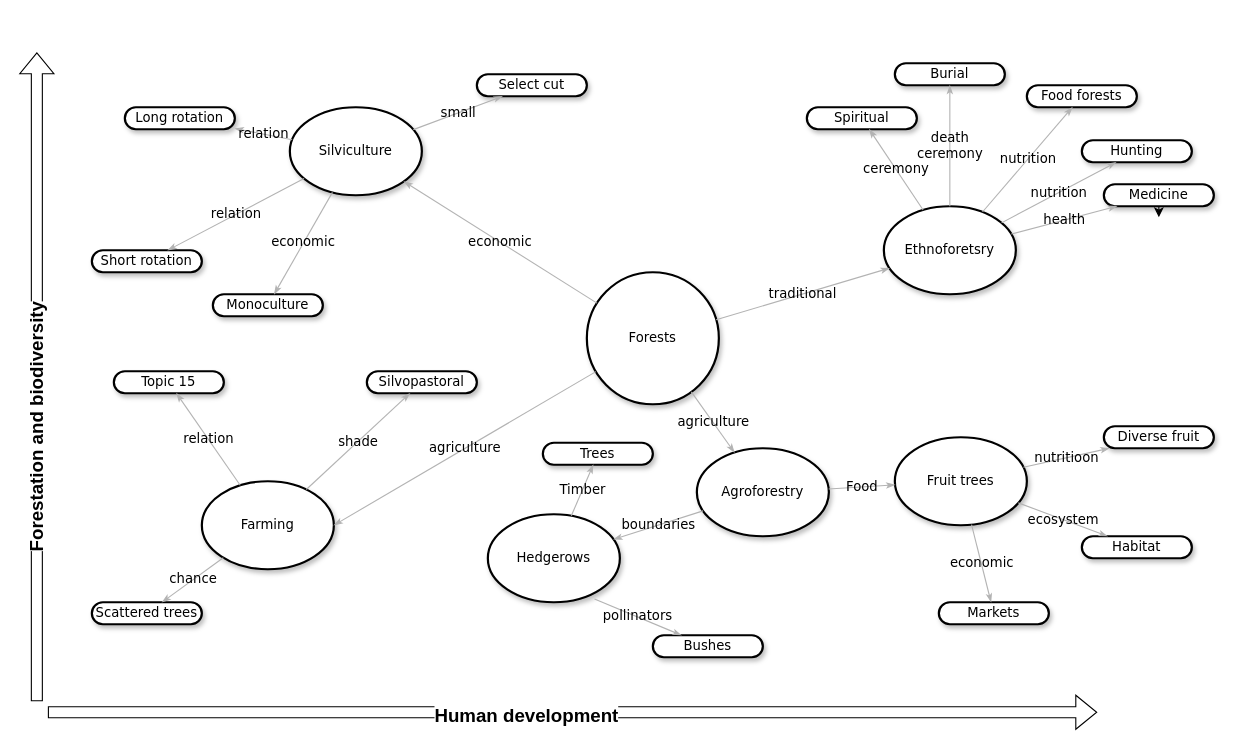
Earlier version of the draw.io diagram diagram_forestry.drawio (CWWhitney/ethnoforestry_agroforestry). Source tidied: cells renumbered, new cells numbered last; positions are measured from the earlier drawing's top-left corner, leaving out a move shared by most shapes. Both pictures are drawn from the tidied source at 110%, with x=0, y=0 at pixel (36, 52).
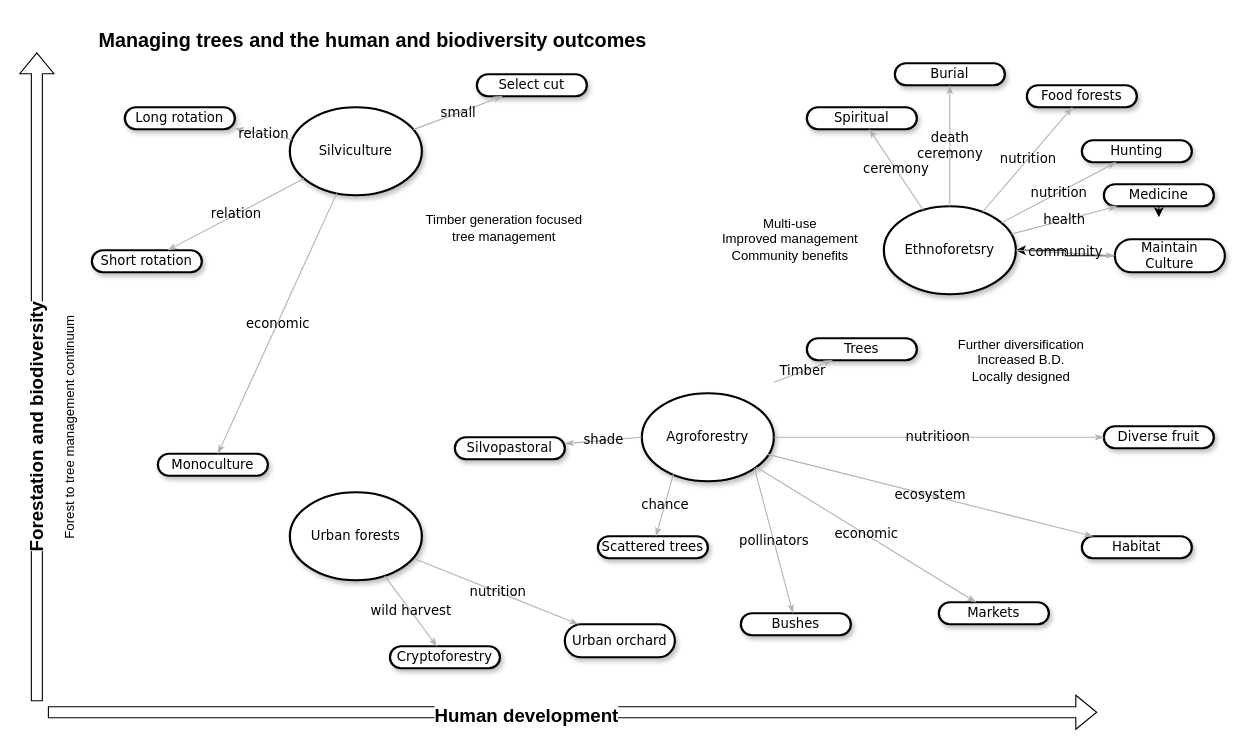
The same diagram, later.

The change refers to these unchanged cells:
```xml
<mxCell id="2" value="Silviculture" style="ellipse;whiteSpace=wrap;html=1;rounded=1;shadow=1;comic=0;labelBackgroundColor=none;strokeWidth=2;fontFamily=Verdana;fontSize=12;align=center;" parent="1" vertex="1">
  <mxGeometry x="230" y="50" width="120" height="80" as="geometry" />
</mxCell>
<mxCell id="3" value="Ethnoforetsry" style="ellipse;whiteSpace=wrap;html=1;rounded=1;shadow=1;comic=0;labelBackgroundColor=none;strokeWidth=2;fontFamily=Verdana;fontSize=12;align=center;" parent="1" vertex="1">
  <mxGeometry x="770" y="140" width="120" height="80" as="geometry" />
</mxCell>
<mxCell id="12" value="Habitat" style="whiteSpace=wrap;html=1;rounded=1;shadow=1;comic=0;labelBackgroundColor=none;strokeWidth=2;fontFamily=Verdana;fontSize=12;align=center;arcSize=50;" parent="1" vertex="1">
  <mxGeometry x="950" y="440" width="100" height="20" as="geometry" />
</mxCell>
<mxCell id="13" value="&lt;span&gt;Diverse fruit&lt;/span&gt;" style="whiteSpace=wrap;html=1;rounded=1;shadow=1;comic=0;labelBackgroundColor=none;strokeWidth=2;fontFamily=Verdana;fontSize=12;align=center;arcSize=50;" parent="1" vertex="1">
  <mxGeometry x="970" y="340" width="100" height="20" as="geometry" />
</mxCell>
<mxCell id="19" value="&lt;span&gt;Markets&lt;/span&gt;" style="whiteSpace=wrap;html=1;rounded=1;shadow=1;comic=0;labelBackgroundColor=none;strokeWidth=2;fontFamily=Verdana;fontSize=12;align=center;arcSize=50;" parent="1" vertex="1">
  <mxGeometry x="820" y="500" width="100" height="20" as="geometry" />
</mxCell>
```

Change to the diagram source:
```diff
@@
-    <mxCell id="4" value="Forests" style="ellipse;whiteSpace=wrap;html=1;rounded=1;shadow=1;comic=0;labelBackgroundColor=none;strokeWidth=2;fontFamily=Verdana;fontSize=12;align=center;" parent="1" vertex="1">
-      <mxGeometry x="500" y="200" width="120" height="120" as="geometry" />
-    </mxCell>
     <mxCell id="5" value="&lt;span&gt;Agroforestry&lt;/span&gt;" style="ellipse;whiteSpace=wrap;html=1;rounded=1;shadow=1;comic=0;labelBackgroundColor=none;strokeWidth=2;fontFamily=Verdana;fontSize=12;align=center;" parent="1" vertex="1">
-      <mxGeometry x="600" y="360" width="120" height="80" as="geometry" />
+      <mxGeometry x="550" y="310" width="120" height="80" as="geometry" />
     </mxCell>
-    <mxCell id="6" value="&lt;span&gt;Fruit trees&lt;/span&gt;" style="ellipse;whiteSpace=wrap;html=1;rounded=1;shadow=1;comic=0;labelBackgroundColor=none;strokeWidth=2;fontFamily=Verdana;fontSize=12;align=center;" parent="1" vertex="1">
-      <mxGeometry x="780" y="350" width="120" height="80" as="geometry" />
-    </mxCell>
-    <mxCell id="7" value="&lt;span&gt;Hedgerows&lt;/span&gt;" style="ellipse;whiteSpace=wrap;html=1;rounded=1;shadow=1;comic=0;labelBackgroundColor=none;strokeWidth=2;fontFamily=Verdana;fontSize=12;align=center;" parent="1" vertex="1">
-      <mxGeometry x="410" y="420" width="120" height="80" as="geometry" />
-    </mxCell>
@@
-    <mxCell id="23" value="economic" style="edgeStyle=none;rounded=1;html=1;labelBackgroundColor=none;startArrow=none;startFill=0;startSize=5;endArrow=classicThin;endFill=1;endSize=5;jettySize=auto;strokeColor=#B3B3B3;strokeWidth=1;fontFamily=Verdana;fontSize=12;" parent="1" edge="1" source="4" target="2">
-      <mxGeometry relative="1" as="geometry" />
-    </mxCell>
-    <mxCell id="24" value="traditional" style="edgeStyle=none;rounded=1;html=1;labelBackgroundColor=none;startArrow=none;startFill=0;startSize=5;endArrow=classicThin;endFill=1;endSize=5;jettySize=auto;strokeColor=#B3B3B3;strokeWidth=1;fontFamily=Verdana;fontSize=12;" parent="1" edge="1" source="4" target="3">
-      <mxGeometry relative="1" as="geometry" />
-    </mxCell>
-    <mxCell id="25" value="agriculture" style="edgeStyle=none;rounded=1;html=1;labelBackgroundColor=none;startArrow=none;startFill=0;startSize=5;endArrow=classicThin;endFill=1;endSize=5;jettySize=auto;strokeColor=#B3B3B3;strokeWidth=1;fontFamily=Verdana;fontSize=12;" parent="1" edge="1" source="4" target="5">
-      <mxGeometry relative="1" as="geometry" />
-    </mxCell>
-    <mxCell id="26" value="boundaries" style="edgeStyle=none;rounded=1;html=1;labelBackgroundColor=none;startArrow=none;startFill=0;startSize=5;endArrow=classicThin;endFill=1;endSize=5;jettySize=auto;strokeColor=#B3B3B3;strokeWidth=1;fontFamily=Verdana;fontSize=12;" parent="1" edge="1" source="5" target="7">
-      <mxGeometry relative="1" as="geometry" />
-    </mxCell>
-    <mxCell id="27" value="Food" style="edgeStyle=none;rounded=1;html=1;labelBackgroundColor=none;startArrow=none;startFill=0;startSize=5;endArrow=classicThin;endFill=1;endSize=5;jettySize=auto;strokeColor=#B3B3B3;strokeWidth=1;fontFamily=Verdana;fontSize=12;" parent="1" edge="1" source="5" target="6">
-      <mxGeometry relative="1" as="geometry" />
-    </mxCell>
-    <mxCell id="28" value="nutritioon" style="edgeStyle=none;rounded=1;html=1;labelBackgroundColor=none;startArrow=none;startFill=0;startSize=5;endArrow=classicThin;endFill=1;endSize=5;jettySize=auto;strokeColor=#B3B3B3;strokeWidth=1;fontFamily=Verdana;fontSize=12;" parent="1" edge="1" source="6" target="13">
+    <mxCell id="28" value="nutritioon" style="edgeStyle=none;rounded=1;html=1;labelBackgroundColor=none;startArrow=none;startFill=0;startSize=5;endArrow=classicThin;endFill=1;endSize=5;jettySize=auto;strokeColor=#B3B3B3;strokeWidth=1;fontFamily=Verdana;fontSize=12;exitX=1;exitY=0.5;exitDx=0;exitDy=0;" parent="1" edge="1" source="5" target="13">
       <mxGeometry x="-0.01" relative="1" as="geometry" />
     </mxCell>
-    <mxCell id="29" value="ecosystem" style="edgeStyle=none;rounded=1;html=1;labelBackgroundColor=none;startArrow=none;startFill=0;startSize=5;endArrow=classicThin;endFill=1;endSize=5;jettySize=auto;strokeColor=#B3B3B3;strokeWidth=1;fontFamily=Verdana;fontSize=12;" parent="1" edge="1" source="6" target="12">
+    <mxCell id="29" value="ecosystem" style="edgeStyle=none;rounded=1;html=1;labelBackgroundColor=none;startArrow=none;startFill=0;startSize=5;endArrow=classicThin;endFill=1;endSize=5;jettySize=auto;strokeColor=#B3B3B3;strokeWidth=1;fontFamily=Verdana;fontSize=12;exitX=0.946;exitY=0.692;exitDx=0;exitDy=0;exitPerimeter=0;" parent="1" edge="1" source="5" target="12">
       <mxGeometry relative="1" as="geometry" />
     </mxCell>
-    <mxCell id="30" value="economic" style="edgeStyle=none;rounded=1;html=1;labelBackgroundColor=none;startArrow=none;startFill=0;startSize=5;endArrow=classicThin;endFill=1;endSize=5;jettySize=auto;strokeColor=#B3B3B3;strokeWidth=1;fontFamily=Verdana;fontSize=12;" parent="1" edge="1" source="6" target="19">
+    <mxCell id="30" value="economic" style="edgeStyle=none;rounded=1;html=1;labelBackgroundColor=none;startArrow=none;startFill=0;startSize=5;endArrow=classicThin;endFill=1;endSize=5;jettySize=auto;strokeColor=#B3B3B3;strokeWidth=1;fontFamily=Verdana;fontSize=12;" parent="1" edge="1" source="5" target="19">
       <mxGeometry relative="1" as="geometry" />
     </mxCell>
@@
     <mxCell id="37" value="&lt;span&gt;Monoculture&lt;/span&gt;" style="whiteSpace=wrap;html=1;rounded=1;shadow=1;comic=0;labelBackgroundColor=none;strokeWidth=2;fontFamily=Verdana;fontSize=12;align=center;arcSize=50;" parent="1" vertex="1">
-      <mxGeometry x="160" y="220" width="100" height="20" as="geometry" />
+      <mxGeometry x="110" y="365" width="100" height="20" as="geometry" />
     </mxCell>
     <mxCell id="38" value="&lt;span&gt;Trees&lt;/span&gt;" style="whiteSpace=wrap;html=1;rounded=1;shadow=1;comic=0;labelBackgroundColor=none;strokeWidth=2;fontFamily=Verdana;fontSize=12;align=center;arcSize=50;" parent="1" vertex="1">
-      <mxGeometry x="460" y="355" width="100" height="20" as="geometry" />
+      <mxGeometry x="700" y="260" width="100" height="20" as="geometry" />
     </mxCell>
@@
-    <mxCell id="41" value="&lt;span&gt;Farming&lt;/span&gt;" style="ellipse;whiteSpace=wrap;html=1;rounded=1;shadow=1;comic=0;labelBackgroundColor=none;strokeWidth=2;fontFamily=Verdana;fontSize=12;align=center;" parent="1" vertex="1">
-      <mxGeometry x="150" y="390" width="120" height="80" as="geometry" />
-    </mxCell>
     <mxCell id="42" value="&lt;span&gt;Silvopastoral&lt;/span&gt;" style="whiteSpace=wrap;html=1;rounded=1;shadow=1;comic=0;labelBackgroundColor=none;strokeWidth=2;fontFamily=Verdana;fontSize=12;align=center;arcSize=50;" parent="1" vertex="1">
-      <mxGeometry x="300" y="290" width="100" height="20" as="geometry" />
+      <mxGeometry x="380" y="350" width="100" height="20" as="geometry" />
     </mxCell>
-    <mxCell id="43" value="&lt;span&gt;Topic 15&lt;/span&gt;" style="whiteSpace=wrap;html=1;rounded=1;shadow=1;comic=0;labelBackgroundColor=none;strokeWidth=2;fontFamily=Verdana;fontSize=12;align=center;arcSize=50;" parent="1" vertex="1">
-      <mxGeometry x="70" y="290" width="100" height="20" as="geometry" />
-    </mxCell>
     <mxCell id="44" value="&lt;span&gt;Scattered trees&lt;/span&gt;" style="whiteSpace=wrap;html=1;rounded=1;shadow=1;comic=0;labelBackgroundColor=none;strokeWidth=2;fontFamily=Verdana;fontSize=12;align=center;arcSize=50;" parent="1" vertex="1">
-      <mxGeometry x="50" y="500" width="100" height="20" as="geometry" />
+      <mxGeometry x="510" y="440" width="100" height="20" as="geometry" />
     </mxCell>
-    <mxCell id="45" value="chance" style="edgeStyle=none;rounded=1;html=1;labelBackgroundColor=none;startArrow=none;startFill=0;startSize=5;endArrow=classicThin;endFill=1;endSize=5;jettySize=auto;strokeColor=#B3B3B3;strokeWidth=1;fontFamily=Verdana;fontSize=12;" parent="1" edge="1" source="41" target="44">
+    <mxCell id="45" value="chance" style="edgeStyle=none;rounded=1;html=1;labelBackgroundColor=none;startArrow=none;startFill=0;startSize=5;endArrow=classicThin;endFill=1;endSize=5;jettySize=auto;strokeColor=#B3B3B3;strokeWidth=1;fontFamily=Verdana;fontSize=12;exitX=0.24;exitY=0.913;exitDx=0;exitDy=0;exitPerimeter=0;" parent="1" edge="1" source="5" target="44">
       <mxGeometry relative="1" as="geometry" />
     </mxCell>
-    <mxCell id="46" value="relation" style="edgeStyle=none;rounded=1;html=1;labelBackgroundColor=none;startArrow=none;startFill=0;startSize=5;endArrow=classicThin;endFill=1;endSize=5;jettySize=auto;strokeColor=#B3B3B3;strokeWidth=1;fontFamily=Verdana;fontSize=12;" parent="1" edge="1" source="41" target="43">
-      <mxGeometry relative="1" as="geometry" />
-    </mxCell>
-    <mxCell id="47" value="shade" style="edgeStyle=none;rounded=1;html=1;labelBackgroundColor=none;startArrow=none;startFill=0;startSize=5;endArrow=classicThin;endFill=1;endSize=5;jettySize=auto;strokeColor=#B3B3B3;strokeWidth=1;fontFamily=Verdana;fontSize=12;" parent="1" edge="1" source="41" target="42">
+    <mxCell id="47" value="shade" style="edgeStyle=none;rounded=1;html=1;labelBackgroundColor=none;startArrow=none;startFill=0;startSize=5;endArrow=classicThin;endFill=1;endSize=5;jettySize=auto;strokeColor=#B3B3B3;strokeWidth=1;fontFamily=Verdana;fontSize=12;exitX=0;exitY=0.5;exitDx=0;exitDy=0;" parent="1" edge="1" source="5" target="42">
       <mxGeometry relative="1" as="geometry" />
     </mxCell>
-    <mxCell id="48" value="agriculture" style="edgeStyle=none;rounded=1;html=1;labelBackgroundColor=none;startArrow=none;startFill=0;startSize=5;endArrow=classicThin;endFill=1;endSize=5;jettySize=auto;strokeColor=#B3B3B3;strokeWidth=1;fontFamily=Verdana;fontSize=12;entryX=1;entryY=0.5;entryDx=0;entryDy=0;" parent="1" edge="1" source="4" target="41">
-      <mxGeometry relative="1" as="geometry" />
-    </mxCell>
-    <mxCell id="49" value="Timber" style="edgeStyle=none;rounded=1;html=1;labelBackgroundColor=none;startArrow=none;startFill=0;startSize=5;endArrow=classicThin;endFill=1;endSize=5;jettySize=auto;strokeColor=#B3B3B3;strokeWidth=1;fontFamily=Verdana;fontSize=12;" parent="1" edge="1" source="7" target="38">
-      <mxGeometry relative="1" as="geometry" />
+    <mxCell id="49" value="Timber" style="edgeStyle=none;rounded=1;html=1;labelBackgroundColor=none;startArrow=none;startFill=0;startSize=5;endArrow=classicThin;endFill=1;endSize=5;jettySize=auto;strokeColor=#B3B3B3;strokeWidth=1;fontFamily=Verdana;fontSize=12;" parent="1" edge="1" target="38">
+      <mxGeometry relative="1" as="geometry">
+        <mxPoint x="670" y="300" as="sourcePoint" />
+      </mxGeometry>
     </mxCell>
@@
     <mxCell id="54" value="&lt;span&gt;Bushes&lt;/span&gt;" style="whiteSpace=wrap;html=1;rounded=1;shadow=1;comic=0;labelBackgroundColor=none;strokeWidth=2;fontFamily=Verdana;fontSize=12;align=center;arcSize=50;" parent="1" vertex="1">
-      <mxGeometry x="560" y="530" width="100" height="20" as="geometry" />
+      <mxGeometry x="640" y="510" width="100" height="20" as="geometry" />
     </mxCell>
-    <mxCell id="55" value="pollinators" style="edgeStyle=none;rounded=1;html=1;labelBackgroundColor=none;startArrow=none;startFill=0;startSize=5;endArrow=classicThin;endFill=1;endSize=5;jettySize=auto;strokeColor=#B3B3B3;strokeWidth=1;fontFamily=Verdana;fontSize=12;exitX=0.808;exitY=0.963;exitDx=0;exitDy=0;exitPerimeter=0;" parent="1" edge="1" source="7" target="54">
-      <mxGeometry x="-0.02" relative="1" as="geometry" />
+    <mxCell id="55" value="pollinators" style="edgeStyle=none;rounded=1;html=1;labelBackgroundColor=none;startArrow=none;startFill=0;startSize=5;endArrow=classicThin;endFill=1;endSize=5;jettySize=auto;strokeColor=#B3B3B3;strokeWidth=1;fontFamily=Verdana;fontSize=12;exitX=1;exitY=1;exitDx=0;exitDy=0;" parent="1" edge="1" source="5" target="54">
+      <mxGeometry relative="1" as="geometry" />
     </mxCell>
+    <mxCell id="56" style="edgeStyle=orthogonalEdgeStyle;rounded=0;jettySize=auto;html=1;" parent="1" edge="1" source="57" target="3">
+      <mxGeometry relative="1" as="geometry" />
+    </mxCell>
+    <mxCell id="57" value="&lt;span&gt;Maintain Culture&lt;/span&gt;" style="whiteSpace=wrap;html=1;rounded=1;shadow=1;comic=0;labelBackgroundColor=none;strokeWidth=2;fontFamily=Verdana;fontSize=12;align=center;arcSize=50;" parent="1" vertex="1">
+      <mxGeometry x="980" y="170" width="100" height="30" as="geometry" />
+    </mxCell>
+    <mxCell id="58" value="community" style="edgeStyle=none;rounded=1;html=1;labelBackgroundColor=none;startArrow=none;startFill=0;startSize=5;endArrow=classicThin;endFill=1;endSize=5;jettySize=auto;strokeColor=#B3B3B3;strokeWidth=1;fontFamily=Verdana;fontSize=12;entryX=0;entryY=0.5;entryDx=0;entryDy=0;exitX=1;exitY=0.5;exitDx=0;exitDy=0;" parent="1" edge="1" source="3" target="57">
+      <mxGeometry relative="1" as="geometry" />
+    </mxCell>
+    <mxCell id="59" value="Further diversification&lt;br&gt;Increased B.D.&lt;br&gt;Locally designed" style="text;html=1;strokeColor=none;fillColor=none;align=center;verticalAlign=middle;whiteSpace=wrap;rounded=0;" parent="1" vertex="1">
+      <mxGeometry x="820" y="250" width="150" height="60" as="geometry" />
+    </mxCell>
+    <mxCell id="60" value="Multi-use&lt;br&gt;Improved management&lt;br&gt;Community benefits" style="text;html=1;strokeColor=none;fillColor=none;align=center;verticalAlign=middle;whiteSpace=wrap;rounded=0;" parent="1" vertex="1">
+      <mxGeometry x="610" y="140" width="150" height="60" as="geometry" />
+    </mxCell>
+    <mxCell id="61" value="&lt;b&gt;&lt;font style=&quot;font-size: 18px;&quot;&gt;Managing trees and the human and biodiversity outcomes&lt;/font&gt;&lt;/b&gt;" style="text;html=1;align=center;verticalAlign=middle;strokeColor=none;fillColor=none;" parent="1" vertex="1">
+      <mxGeometry x="45" y="-30" width="520" height="40" as="geometry" />
+    </mxCell>
+    <mxCell id="62" value="&lt;span&gt;Urban forests&lt;/span&gt;" style="ellipse;whiteSpace=wrap;html=1;rounded=1;shadow=1;comic=0;labelBackgroundColor=none;strokeWidth=2;fontFamily=Verdana;fontSize=12;align=center;" parent="1" vertex="1">
+      <mxGeometry x="230" y="400" width="120" height="80" as="geometry" />
+    </mxCell>
+    <mxCell id="63" value="&lt;span&gt;Cryptoforestry&lt;/span&gt;" style="whiteSpace=wrap;html=1;rounded=1;shadow=1;comic=0;labelBackgroundColor=none;strokeWidth=2;fontFamily=Verdana;fontSize=12;align=center;arcSize=50;" parent="1" vertex="1">
+      <mxGeometry x="321" y="540" width="100" height="20" as="geometry" />
+    </mxCell>
+    <mxCell id="64" value="wild harvest" style="edgeStyle=none;rounded=1;html=1;labelBackgroundColor=none;startArrow=none;startFill=0;startSize=5;endArrow=classicThin;endFill=1;endSize=5;jettySize=auto;strokeColor=#B3B3B3;strokeWidth=1;fontFamily=Verdana;fontSize=12;" parent="1" edge="1" source="62" target="63">
+      <mxGeometry relative="1" as="geometry" />
+    </mxCell>
+    <mxCell id="65" value="&lt;span&gt;Urban orchard&lt;/span&gt;" style="whiteSpace=wrap;html=1;rounded=1;shadow=1;comic=0;labelBackgroundColor=none;strokeWidth=2;fontFamily=Verdana;fontSize=12;align=center;arcSize=50;" parent="1" vertex="1">
+      <mxGeometry x="480" y="520" width="100" height="30" as="geometry" />
+    </mxCell>
+    <mxCell id="66" value="nutrition" style="edgeStyle=none;rounded=1;html=1;labelBackgroundColor=none;startArrow=none;startFill=0;startSize=5;endArrow=classicThin;endFill=1;endSize=5;jettySize=auto;strokeColor=#B3B3B3;strokeWidth=1;fontFamily=Verdana;fontSize=12;exitX=0.953;exitY=0.762;exitDx=0;exitDy=0;exitPerimeter=0;" parent="1" edge="1" source="62" target="65">
+      <mxGeometry relative="1" as="geometry" />
+    </mxCell>
+    <mxCell id="67" value="Timber generation focused tree management" style="text;html=1;strokeColor=none;fillColor=none;align=center;verticalAlign=middle;whiteSpace=wrap;rounded=0;" parent="1" vertex="1">
+      <mxGeometry x="350" y="130" width="150" height="60" as="geometry" />
+    </mxCell>
+    <mxCell id="68" value="Forest to tree management continuum" style="text;html=1;strokeColor=none;fillColor=none;align=center;verticalAlign=middle;whiteSpace=wrap;rounded=0;rotation=-90;" parent="1" vertex="1">
+      <mxGeometry x="-110" y="311" width="280" height="60" as="geometry" />
+    </mxCell>
```
